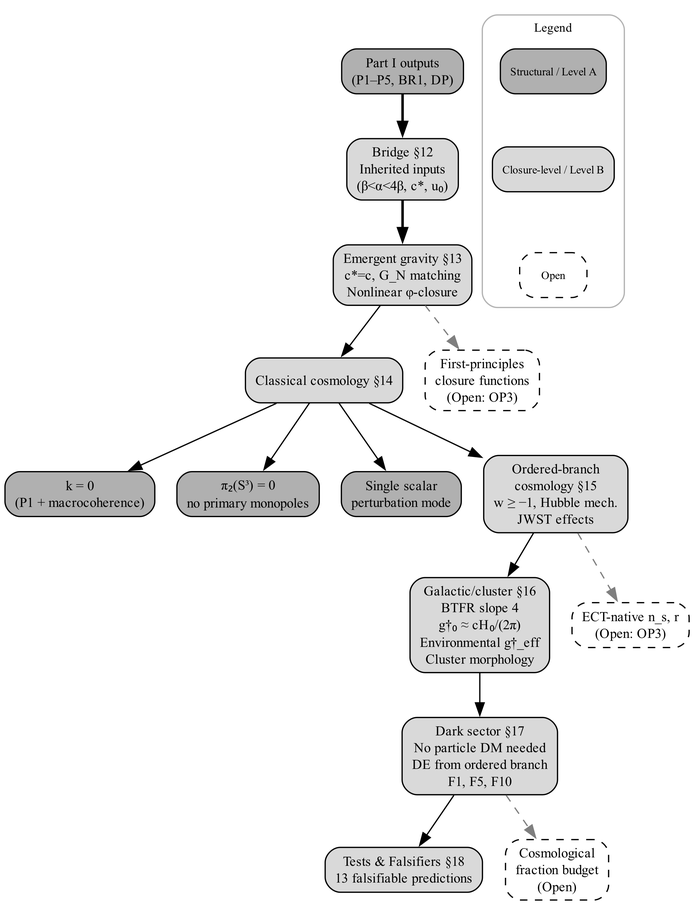
This is figures/fig_partII_derivation_logic.png from chufelo/ECT-preprint-code, a Graphviz export, as it was before one commit. Its source is kept beside it as fig_partII_derivation_logic.gv.
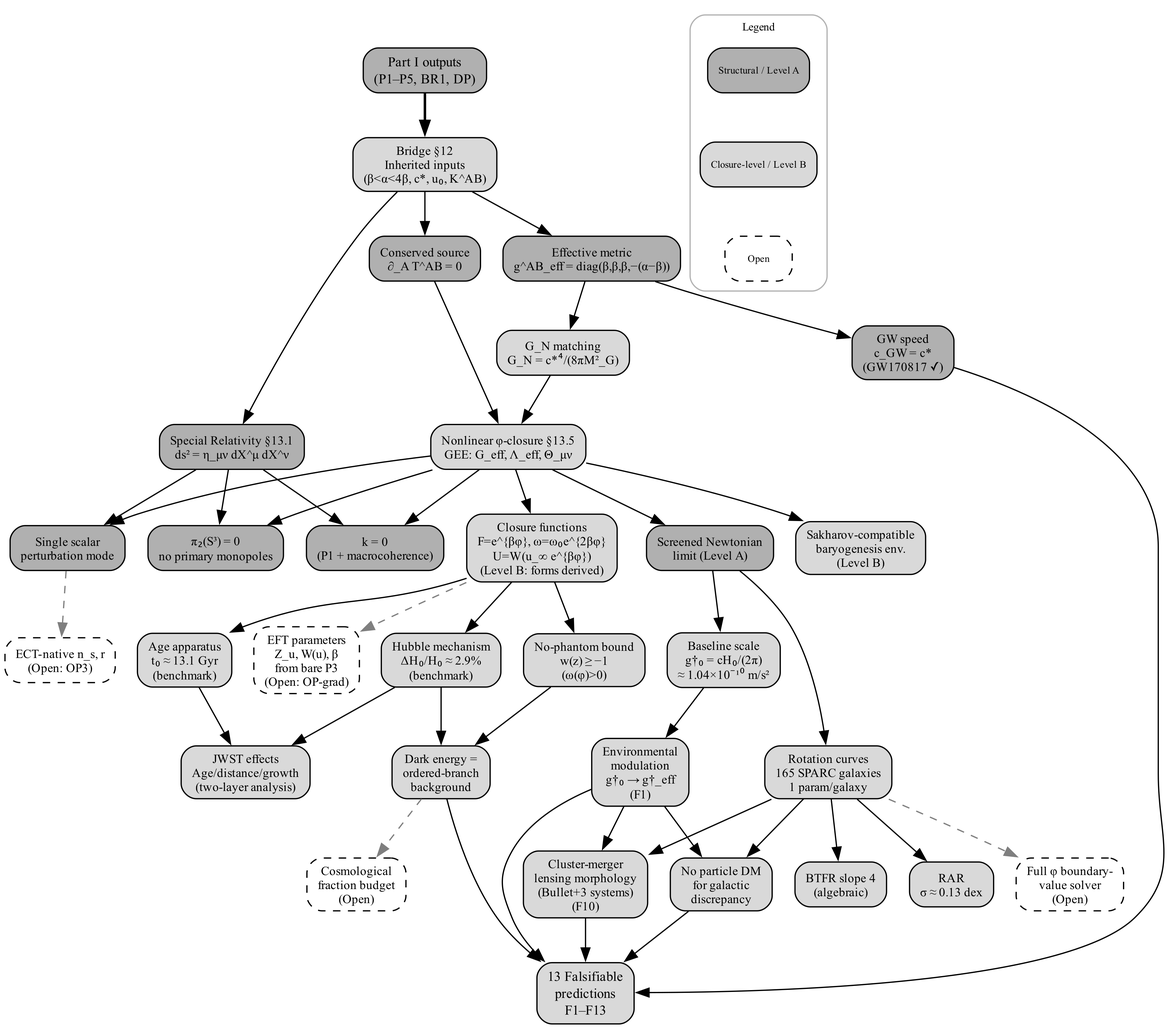
After the change.

Commit message:
Section 18: expand derivation logic graph + upgrade closure function status

Change to the diagram source:
```diff
@@ -1,54 +1,94 @@
 digraph PartII {
   rankdir=TB;
   fontname="Times-Roman";
-  node [fontname="Times-Roman", fontsize=11, shape=box, style="rounded"];
-  edge [fontname="Times-Roman", fontsize=9];
+  node [fontname="Times-Roman", fontsize=10, shape=box, style="rounded,filled", margin="0.12,0.06"];
+  edge [fontname="Times-Roman", fontsize=8];
 
-  node [fillcolor="#d9d9d9", style="rounded,filled"];
-
-  node [fillcolor="#b0b0b0", style="rounded,filled"];
-  partI [label="Part I outputs\n(P1–P5, BR1, DP)"];
+  node [fillcolor="#b0b0b0"];
+  partI [label="Part I outputs\n(P1–P5, BR1, DP)", fontsize=11];
+  sr [label="Special Relativity §13.1\nds² = η_μν dX^μ dX^ν"];
+  metric [label="Effective metric\ng^AB_eff = diag(β,β,β,−(α−β))"];
+  source [label="Conserved source\n∂_A T^AB = 0"];
+  cgw [label="GW speed\nc_GW = c*\n(GW170817 ✓)"];
+  weakfield [label="Screened Newtonian\nlimit (Level A)"];
   flatness [label="k = 0\n(P1 + macrocoherence)"];
   monopole [label="π₂(S³) = 0\nno primary monopoles"];
   scalar_mode [label="Single scalar\nperturbation mode"];
 
-  node [fillcolor="#d9d9d9", style="rounded,filled"];
-  bridge [label="Bridge §12\nInherited inputs\n(β<α<4β, c*, u₀)"];
-  gravity [label="Emergent gravity §13\nc*=c, G_N matching\nNonlinear φ-closure"];
-  cosmo [label="Classical cosmology §14"];
-  ordered_cosmo [label="Ordered-branch\ncosmology §15\nw ≥ −1, Hubble mech.\nJWST effects"];
-  galactic [label="Galactic/cluster §16\nBTFR slope 4\ng†₀ ≈ cH₀/(2π)\nEnvironmental g†_eff\nCluster morphology"];
-  dark [label="Dark sector §17\nNo particle DM needed\nDE from ordered branch\nF1, F5, F10"];
-  tests [label="Tests & Falsifiers §18\n13 falsifiable predictions"];
+  node [fillcolor="#d9d9d9"];
+  bridge [label="Bridge §12\nInherited inputs\n(β<α<4β, c*, u₀, K^AB)"];
+  GN [label="G_N matching\nG_N = c*⁴/(8πM²_G)"];
+  closure [label="Nonlinear φ-closure §13.5\nGEE: G_eff, Λ_eff, Θ_μν"];
+  closure_funcs [label="Closure functions\nF=e^{βφ}, ω=ω₀e^{2βφ}\nU=W(u_∞ e^{βφ})\n(Level B: forms derived)"];
+  nophantom [label="No-phantom bound\nw(z) ≥ −1\n(ω(φ)>0)"];
+  hubble [label="Hubble mechanism\nΔH₀/H₀ ≈ 2.9%\n(benchmark)"];
+  jwst [label="JWST effects\nAge/distance/growth\n(two-layer analysis)"];
+  age [label="Age apparatus\nt₀ ≈ 13.1 Gyr\n(benchmark)"];
+  baryogenesis [label="Sakharov-compatible\nbaryogenesis env.\n(Level B)"];
+  rotcurves [label="Rotation curves\n165 SPARC galaxies\n1 param/galaxy"];
+  btfr [label="BTFR slope 4\n(algebraic)"];
+  rar [label="RAR\nσ ≈ 0.13 dex"];
+  gdagger [label="Baseline scale\ng†₀ = cH₀/(2π)\n≈ 1.04×10⁻¹⁰ m/s²"];
+  envmod [label="Environmental\nmodulation\ng†₀ → g†_eff\n(F1)"];
+  cluster [label="Cluster-merger\nlensing morphology\n(Bullet+3 systems)\n(F10)"];
+  darkDM [label="No particle DM\nfor galactic\ndiscrepancy"];
+  darkDE [label="Dark energy =\nordered-branch\nbackground"];
+  tests [label="13 Falsifiable\npredictions\nF1–F13", fontsize=11];
 
   node [fillcolor="white", style="rounded,dashed"];
-  open_closure [label="First-principles\nclosure functions\n(Open: OP3)"];
+  open_eft [label="EFT parameters\nZ_u, W(u), β\nfrom bare P3\n(Open: OP-grad)"];
   open_ns [label="ECT-native n_s, r\n(Open: OP3)"];
   open_fractions [label="Cosmological\nfraction budget\n(Open)"];
+  open_phi_bvp [label="Full φ boundary-\nvalue solver\n(Open)"];
 
-  partI -> bridge [style=bold];
-  bridge -> gravity [style=bold];
-  gravity -> cosmo;
-  cosmo -> flatness;
-  cosmo -> monopole;
-  cosmo -> scalar_mode;
-  cosmo -> ordered_cosmo;
-  ordered_cosmo -> galactic;
-  galactic -> dark;
-  dark -> tests;
+  partI -> bridge [style=bold, penwidth=2];
+  bridge -> sr;
+  bridge -> metric;
+  bridge -> source;
 
-  gravity -> open_closure [style=dashed, color=gray50];
-  ordered_cosmo -> open_ns [style=dashed, color=gray50];
-  dark -> open_fractions [style=dashed, color=gray50];
+  metric -> GN;
+  metric -> cgw;
+  {GN; source} -> closure;
+  closure -> closure_funcs;
+  closure -> weakfield;
+
+  weakfield -> rotcurves;
+
+  {sr; closure} -> flatness;
+  {sr; closure} -> monopole;
+  {sr; closure} -> scalar_mode;
+
+  closure_funcs -> nophantom;
+  closure_funcs -> hubble;
+  closure_funcs -> age;
+  {hubble; age} -> jwst;
+  closure -> baryogenesis;
+
+  rotcurves -> btfr;
+  rotcurves -> rar;
+  weakfield -> gdagger;
+  gdagger -> envmod;
+  {rotcurves; envmod} -> cluster;
+
+  {rotcurves; envmod} -> darkDM;
+  {nophantom; hubble} -> darkDE;
+
+  {darkDM; darkDE; envmod; cluster; cgw} -> tests;
+
+  closure_funcs -> open_eft [style=dashed, color=gray50];
+  scalar_mode -> open_ns [style=dashed, color=gray50];
+  darkDE -> open_fractions [style=dashed, color=gray50];
+  rotcurves -> open_phi_bvp [style=dashed, color=gray50];
 
   subgraph cluster_legend {
     label="Legend";
-    fontsize=10;
+    fontsize=9;
     style=rounded;
     color=gray70;
-    leg_a [label="Structural / Level A", fillcolor="#b0b0b0", style="rounded,filled", fontsize=9];
-    leg_b [label="Closure-level / Level B", fillcolor="#d9d9d9", style="rounded,filled", fontsize=9];
-    leg_o [label="Open", fillcolor="white", style="rounded,dashed", fontsize=9];
+    margin="8";
+    leg_a [label="Structural / Level A", fillcolor="#b0b0b0", style="rounded,filled", fontsize=8];
+    leg_b [label="Closure-level / Level B", fillcolor="#d9d9d9", style="rounded,filled", fontsize=8];
+    leg_o [label="Open", fillcolor="white", style="rounded,dashed", fontsize=8];
     leg_a -> leg_b [style=invis];
     leg_b -> leg_o [style=invis];
   }
```
